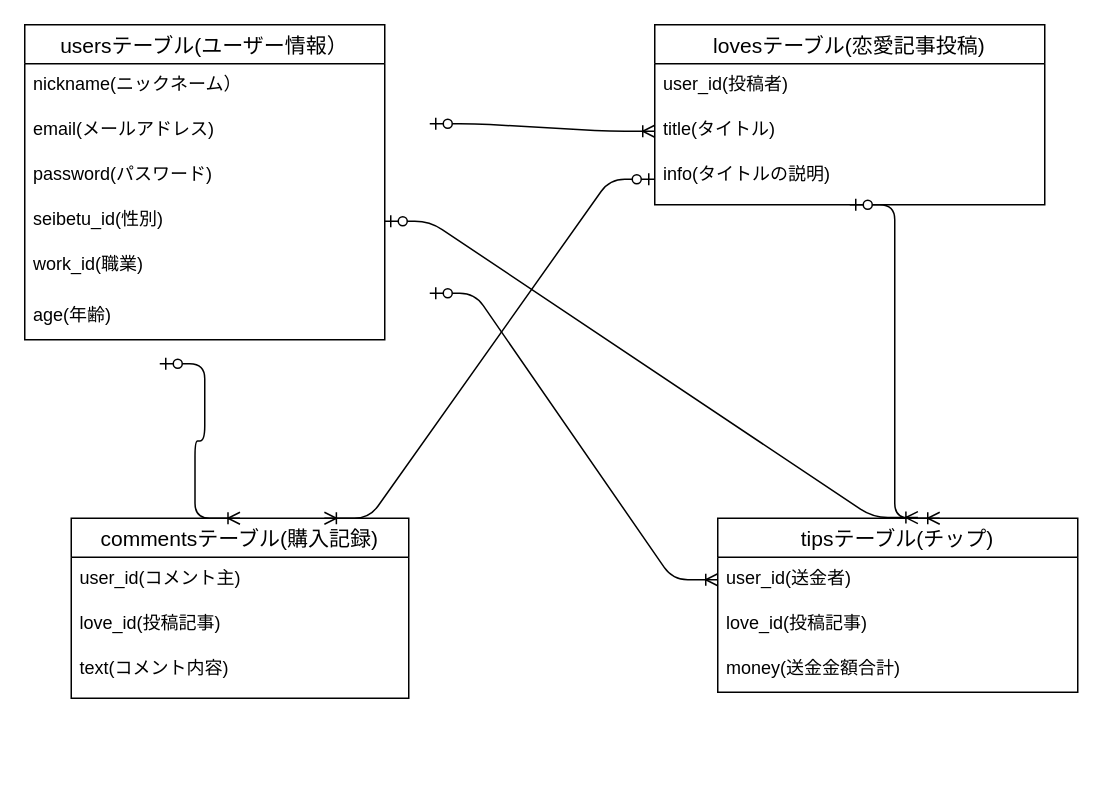
Above: love_dating.dio in nishikawa-naonori/love-dating-33453 (draw.io), before the change. Source tidied: cells renumbered, new cells numbered last; positions are measured from the earlier drawing's top-left corner, leaving out a move shared by most shapes. Both pictures are drawn from the tidied source at 150%, with x=0, y=0 at pixel (24, 24).
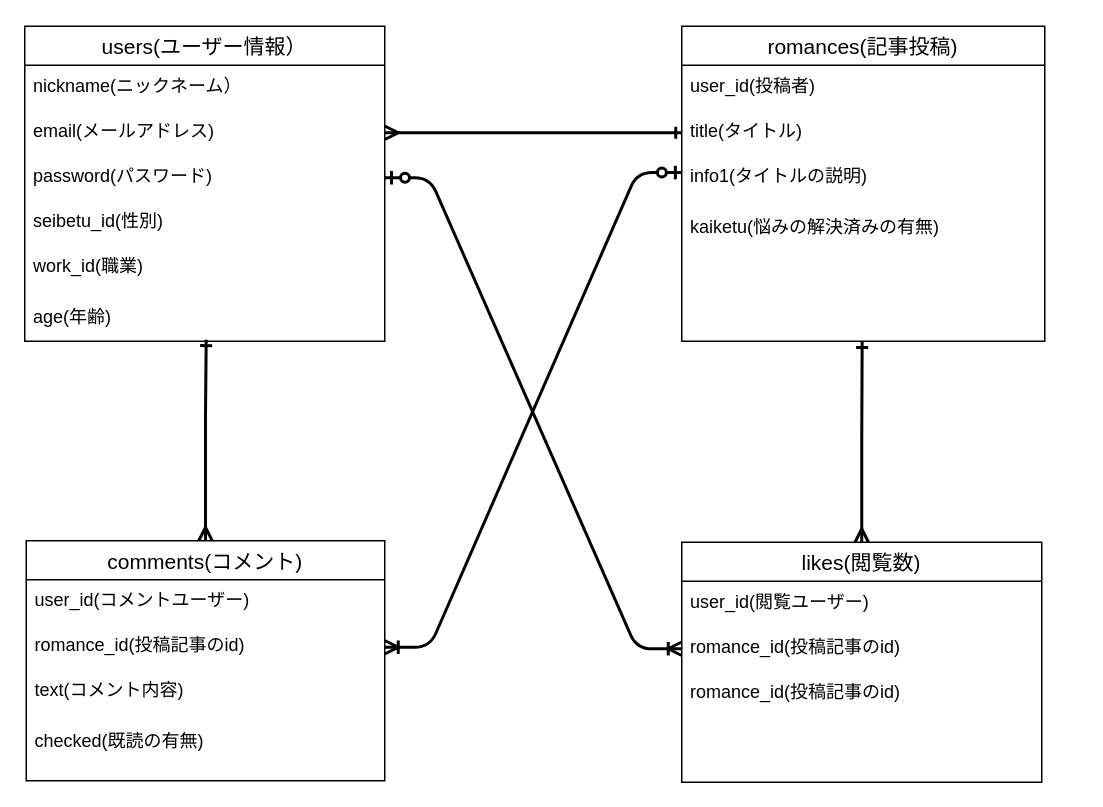
Above is the later version.

Unchanged cells that the change refers to:
```xml
<mxCell id="4" value="email(メールアドレス)" style="text;strokeColor=none;fillColor=none;spacingLeft=4;spacingRight=4;overflow=hidden;points=[[0,0.5],[1,0.5]];portConstraint=eastwest;fontSize=12;" parent="2" vertex="1">
  <mxGeometry y="56" width="240" height="30" as="geometry" />
</mxCell>
<mxCell id="5" value="password(パスワード)" style="text;strokeColor=none;fillColor=none;spacingLeft=4;spacingRight=4;overflow=hidden;points=[[0,0.5],[1,0.5]];portConstraint=eastwest;fontSize=12;" parent="2" vertex="1">
  <mxGeometry y="86" width="240" height="30" as="geometry" />
</mxCell>
<mxCell id="6" value="seibetu_id(性別)" style="text;strokeColor=none;fillColor=none;spacingLeft=4;spacingRight=4;overflow=hidden;points=[[0,0.5],[1,0.5]];portConstraint=eastwest;fontSize=12;" parent="2" vertex="1">
  <mxGeometry y="116" width="240" height="30" as="geometry" />
</mxCell>
<mxCell id="8" value="age(年齢)" style="text;strokeColor=none;fillColor=none;spacingLeft=4;spacingRight=4;overflow=hidden;points=[[0,0.5],[1,0.5]];portConstraint=eastwest;fontSize=12;" parent="2" vertex="1">
  <mxGeometry y="180" width="240" height="30" as="geometry" />
</mxCell>
```

The edit, as a diff of the source:
```diff
@@
-    <mxCell id="2" value="usersテーブル(ユーザー情報）" style="swimlane;fontStyle=0;horizontal=1;startSize=26;align=center;fontSize=14;" parent="1" vertex="1">
-      <mxGeometry width="240" height="210" as="geometry" />
+    <mxCell id="2" value="users(ユーザー情報）" style="swimlane;fontStyle=0;horizontal=1;startSize=26;align=center;fontSize=14;" parent="1" vertex="1">
+      <mxGeometry y="1" width="240" height="210" as="geometry" />
     </mxCell>
@@
+    <mxCell id="27" style="edgeStyle=orthogonalEdgeStyle;rounded=0;jumpSize=8;jettySize=auto;html=1;entryX=0.504;entryY=0.965;entryDx=0;entryDy=0;entryPerimeter=0;startArrow=ERmany;startFill=0;startSize=6;sourcePerimeterSpacing=0;endArrow=ERone;endFill=0;endSize=5;targetPerimeterSpacing=0;strokeWidth=2;" parent="1" edge="1" source="9" target="8">
+      <mxGeometry relative="1" as="geometry">
+        <Array as="points">
+          <mxPoint x="121" y="261" />
+          <mxPoint x="121" y="261" />
+        </Array>
+      </mxGeometry>
+    </mxCell>
-    <mxCell id="9" value="commentsテーブル(購入記録)" style="swimlane;fontStyle=0;horizontal=1;startSize=26;align=center;fontSize=14;" parent="1" vertex="1">
-      <mxGeometry x="31" y="329" width="225" height="120" as="geometry" />
+    <mxCell id="9" value="comments(コメント)" style="swimlane;fontStyle=0;horizontal=1;startSize=26;align=center;fontSize=14;" parent="1" vertex="1">
+      <mxGeometry x="1" y="344" width="239" height="160" as="geometry" />
     </mxCell>
-    <mxCell id="10" value="user_id(コメント主)" style="text;strokeColor=none;fillColor=none;spacingLeft=4;spacingRight=4;overflow=hidden;fontSize=12;" parent="9" vertex="1">
-      <mxGeometry y="26" width="225" height="30" as="geometry" />
+    <mxCell id="10" value="user_id(コメントユーザー)" style="text;strokeColor=none;fillColor=none;spacingLeft=4;spacingRight=4;overflow=hidden;fontSize=12;" parent="9" vertex="1">
+      <mxGeometry y="26" width="239" height="30" as="geometry" />
     </mxCell>
-    <mxCell id="11" value="love_id(投稿記事)" style="text;strokeColor=none;fillColor=none;spacingLeft=4;spacingRight=4;overflow=hidden;points=[[0,0.5],[1,0.5]];portConstraint=eastwest;fontSize=12;" parent="9" vertex="1">
-      <mxGeometry y="56" width="225" height="30" as="geometry" />
+    <mxCell id="11" value="romance_id(投稿記事のid)" style="text;strokeColor=none;fillColor=none;spacingLeft=4;spacingRight=4;overflow=hidden;points=[[0,0.5],[1,0.5]];portConstraint=eastwest;fontSize=12;" parent="9" vertex="1">
+      <mxGeometry y="56" width="239" height="30" as="geometry" />
     </mxCell>
     <mxCell id="12" value="text(コメント内容)" style="text;strokeColor=none;fillColor=none;spacingLeft=4;spacingRight=4;overflow=hidden;fontSize=12;" parent="9" vertex="1">
-      <mxGeometry y="86" width="225" height="34" as="geometry" />
+      <mxGeometry y="86" width="239" height="34" as="geometry" />
     </mxCell>
+    <mxCell id="28" value="checked(既読の有無)" style="text;strokeColor=none;fillColor=none;spacingLeft=4;spacingRight=4;overflow=hidden;fontSize=12;" parent="9" vertex="1">
+      <mxGeometry y="120" width="239" height="40" as="geometry" />
+    </mxCell>
-    <mxCell id="13" value="lovesテーブル(恋愛記事投稿)" style="swimlane;fontStyle=0;horizontal=1;startSize=26;align=center;fontSize=14;" parent="1" vertex="1">
-      <mxGeometry x="420" width="260" height="120" as="geometry" />
+    <mxCell id="13" value="romances(記事投稿)" style="swimlane;fontStyle=0;horizontal=1;startSize=26;align=center;fontSize=14;" parent="1" vertex="1">
+      <mxGeometry x="438" y="1" width="242" height="210" as="geometry" />
     </mxCell>
     <mxCell id="14" value="user_id(投稿者)" style="text;strokeColor=none;fillColor=none;spacingLeft=4;spacingRight=4;overflow=hidden;fontSize=12;" parent="13" vertex="1">
-      <mxGeometry y="26" width="260" height="30" as="geometry" />
+      <mxGeometry y="26" width="242" height="30" as="geometry" />
     </mxCell>
     <mxCell id="15" value="title(タイトル)" style="text;strokeColor=none;fillColor=none;spacingLeft=4;spacingRight=4;overflow=hidden;points=[[0,0.5],[1,0.5]];portConstraint=eastwest;fontSize=12;" parent="13" vertex="1">
-      <mxGeometry y="56" width="260" height="30" as="geometry" />
+      <mxGeometry y="56" width="242" height="30" as="geometry" />
     </mxCell>
-    <mxCell id="16" value="info(タイトルの説明)" style="text;strokeColor=none;fillColor=none;spacingLeft=4;spacingRight=4;overflow=hidden;points=[[0,0.5],[1,0.5]];portConstraint=eastwest;fontSize=12;" parent="13" vertex="1">
-      <mxGeometry y="86" width="260" height="34" as="geometry" />
+    <mxCell id="16" value="info1(タイトルの説明)" style="text;strokeColor=none;fillColor=none;spacingLeft=4;spacingRight=4;overflow=hidden;points=[[0,0.5],[1,0.5]];portConstraint=eastwest;fontSize=12;" parent="13" vertex="1">
+      <mxGeometry y="86" width="242" height="34" as="geometry" />
     </mxCell>
-    <mxCell id="17" style="edgeStyle=entityRelationEdgeStyle;fontSize=12;html=1;endArrow=ERoneToMany;startArrow=ERzeroToOne;entryX=0;entryY=0.5;entryDx=0;entryDy=0;" parent="1" edge="1" target="15">
-      <mxGeometry relative="1" as="geometry">
-        <mxPoint x="270" y="66" as="sourcePoint" />
-      </mxGeometry>
-    </mxCell>
-    <mxCell id="18" style="edgeStyle=entityRelationEdgeStyle;fontSize=12;html=1;endArrow=ERoneToMany;startArrow=ERzeroToOne;entryX=0.5;entryY=0;entryDx=0;entryDy=0;" parent="1" edge="1" target="9">
-      <mxGeometry relative="1" as="geometry">
-        <mxPoint x="90" y="226" as="sourcePoint" />
-      </mxGeometry>
-    </mxCell>
+    <mxCell id="29" value="kaiketu(悩みの解決済みの有無)" style="text;strokeColor=none;fillColor=none;spacingLeft=4;spacingRight=4;overflow=hidden;fontSize=12;" parent="13" vertex="1">
+      <mxGeometry y="120" width="242" height="34" as="geometry" />
+    </mxCell>
+    <mxCell id="30" value="  " style="text;strokeColor=none;fillColor=none;spacingLeft=4;spacingRight=4;overflow=hidden;points=[[0,0.5],[1,0.5]];portConstraint=eastwest;fontSize=12;" parent="13" vertex="1">
+      <mxGeometry y="154" width="242" height="56" as="geometry" />
+    </mxCell>
+    <mxCell id="31" style="edgeStyle=orthogonalEdgeStyle;rounded=0;jumpSize=8;jettySize=auto;html=1;entryX=0.497;entryY=1.004;entryDx=0;entryDy=0;entryPerimeter=0;startArrow=ERmany;startFill=0;startSize=6;sourcePerimeterSpacing=0;endArrow=ERone;endFill=0;endSize=5;targetPerimeterSpacing=0;strokeWidth=2;" parent="1" edge="1" source="19" target="30">
+      <mxGeometry relative="1" as="geometry" />
+    </mxCell>
-    <mxCell id="19" value="tipsテーブル(チップ)" style="swimlane;fontStyle=0;horizontal=1;startSize=26;align=center;fontSize=14;" parent="1" vertex="1">
-      <mxGeometry x="462" y="329" width="240" height="116" as="geometry" />
+    <mxCell id="19" value="likes(閲覧数)" style="swimlane;fontStyle=0;horizontal=1;startSize=26;align=center;fontSize=14;" parent="1" vertex="1">
+      <mxGeometry x="438" y="345" width="240" height="160" as="geometry" />
     </mxCell>
-    <mxCell id="20" value="user_id(送金者)" style="text;strokeColor=none;fillColor=none;spacingLeft=4;spacingRight=4;overflow=hidden;points=[[0,0.5],[1,0.5]];portConstraint=eastwest;fontSize=12;" parent="19" vertex="1">
+    <mxCell id="20" value="user_id(閲覧ユーザー)" style="text;strokeColor=none;fillColor=none;spacingLeft=4;spacingRight=4;overflow=hidden;points=[[0,0.5],[1,0.5]];portConstraint=eastwest;fontSize=12;" parent="19" vertex="1">
       <mxGeometry y="26" width="240" height="30" as="geometry" />
     </mxCell>
+    <mxCell id="32" value="romance_id(投稿記事のid)" style="text;strokeColor=none;fillColor=none;spacingLeft=4;spacingRight=4;overflow=hidden;points=[[0,0.5],[1,0.5]];portConstraint=eastwest;fontSize=12;" parent="19" vertex="1">
+      <mxGeometry y="56" width="240" height="30" as="geometry" />
+    </mxCell>
-    <mxCell id="21" value="love_id(投稿記事)" style="text;strokeColor=none;fillColor=none;spacingLeft=4;spacingRight=4;overflow=hidden;fontSize=12;" parent="19" vertex="1">
-      <mxGeometry y="56" width="240" height="30" as="geometry" />
+    <mxCell id="21" value="romance_id(投稿記事のid)" style="text;strokeColor=none;fillColor=none;spacingLeft=4;spacingRight=4;overflow=hidden;fontSize=12;" parent="19" vertex="1">
+      <mxGeometry y="86" width="240" height="30" as="geometry" />
     </mxCell>
-    <mxCell id="22" value="money(送金金額合計)" style="text;strokeColor=none;fillColor=none;spacingLeft=4;spacingRight=4;overflow=hidden;fontSize=12;" parent="19" vertex="1">
-      <mxGeometry y="86" width="240" height="30" as="geometry" />
-    </mxCell>
+    <mxCell id="33" value="  " style="text;strokeColor=none;fillColor=none;spacingLeft=4;spacingRight=4;overflow=hidden;fontSize=12;" parent="19" vertex="1">
+      <mxGeometry y="116" width="240" height="44" as="geometry" />
+    </mxCell>
-    <mxCell id="23" style="edgeStyle=entityRelationEdgeStyle;fontSize=12;html=1;endArrow=ERoneToMany;startArrow=ERzeroToOne;entryX=0.75;entryY=0;entryDx=0;entryDy=0;" parent="1" edge="1" source="16" target="9">
+    <mxCell id="23" style="edgeStyle=entityRelationEdgeStyle;fontSize=12;html=1;endArrow=ERoneToMany;startArrow=ERzeroToOne;jumpSize=8;entryX=1;entryY=0.5;entryDx=0;entryDy=0;exitX=0.001;exitY=0.339;exitDx=0;exitDy=0;exitPerimeter=0;strokeWidth=2;" parent="1" edge="1" source="16" target="11">
       <mxGeometry relative="1" as="geometry" />
     </mxCell>
-    <mxCell id="24" style="edgeStyle=entityRelationEdgeStyle;fontSize=12;html=1;endArrow=ERoneToMany;startArrow=ERzeroToOne;exitX=1;exitY=0.5;exitDx=0;exitDy=0;entryX=0.556;entryY=-0.004;entryDx=0;entryDy=0;entryPerimeter=0;" parent="1" edge="1" source="6" target="19">
-      <mxGeometry relative="1" as="geometry" />
-    </mxCell>
-    <mxCell id="25" style="edgeStyle=entityRelationEdgeStyle;fontSize=12;html=1;endArrow=ERoneToMany;startArrow=ERzeroToOne;exitX=0.5;exitY=1;exitDx=0;exitDy=0;" parent="1" edge="1" source="13">
-      <mxGeometry relative="1" as="geometry">
-        <mxPoint x="610" y="329" as="targetPoint" />
-      </mxGeometry>
-    </mxCell>
-    <mxCell id="26" style="edgeStyle=entityRelationEdgeStyle;fontSize=12;html=1;endArrow=ERoneToMany;startArrow=ERzeroToOne;entryX=0;entryY=0.5;entryDx=0;entryDy=0;" parent="1" edge="1" target="20">
-      <mxGeometry relative="1" as="geometry">
-        <mxPoint x="270" y="179" as="sourcePoint" />
-      </mxGeometry>
+    <mxCell id="26" style="edgeStyle=entityRelationEdgeStyle;fontSize=12;html=1;endArrow=ERoneToMany;startArrow=ERzeroToOne;exitX=1;exitY=0.5;exitDx=0;exitDy=0;entryX=0;entryY=0.5;entryDx=0;entryDy=0;strokeWidth=2;" parent="1" edge="1" source="5" target="32">
+      <mxGeometry relative="1" as="geometry" />
     </mxCell>
+    <mxCell id="34" style="edgeStyle=orthogonalEdgeStyle;rounded=0;jumpSize=8;jettySize=auto;html=1;exitX=1;exitY=0.5;exitDx=0;exitDy=0;entryX=0;entryY=0.5;entryDx=0;entryDy=0;startArrow=ERmany;startFill=0;startSize=6;sourcePerimeterSpacing=0;endArrow=ERone;endFill=0;endSize=5;targetPerimeterSpacing=0;strokeWidth=2;" parent="1" edge="1" source="4" target="15">
+      <mxGeometry relative="1" as="geometry" />
+    </mxCell>
```
